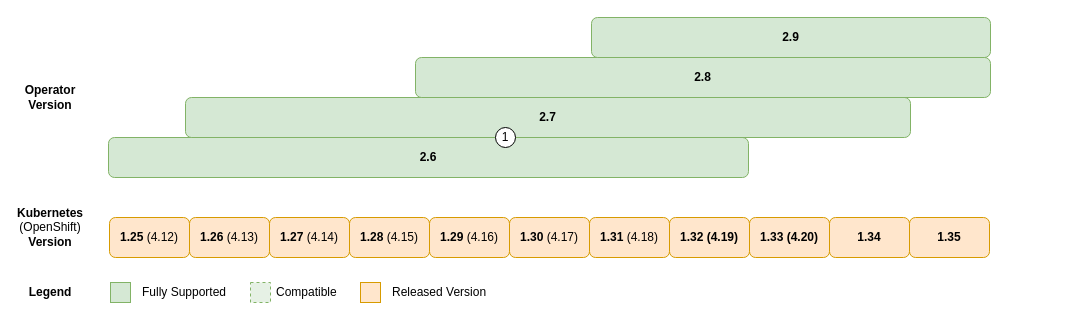
This is page "Compat Kuberentes" (1 of 3) of drawio-charts/k8s-compat.drawio from couchbase/docs-operator, a draw.io file, before an edit. Source tidied: cells renumbered, new cells numbered last; positions are measured from the earlier drawing's top-left corner, leaving out a move shared by most shapes. Both pictures are drawn from the tidied source at 100%, with x=0, y=0 at pixel (20, 17).
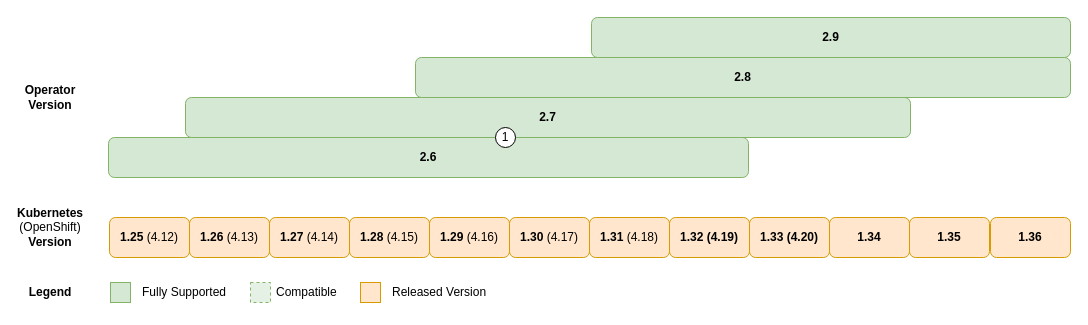
The same page after the edit.

What changed in the source:
```diff
@@
     <mxCell id="19" value="&lt;b&gt;2.8&lt;/b&gt;" style="rounded=1;whiteSpace=wrap;html=1;fillColor=#d5e8d4;strokeColor=#82b366;" parent="1" vertex="1">
-      <mxGeometry x="395" y="40" width="575" height="40" as="geometry" />
+      <mxGeometry x="395" y="40" width="655" height="40" as="geometry" />
     </mxCell>
@@
     <mxCell id="23" value="&lt;b&gt;2.9&lt;/b&gt;" style="rounded=1;whiteSpace=wrap;html=1;fillColor=#d5e8d4;strokeColor=#82b366;" parent="1" vertex="1">
-      <mxGeometry x="571" width="399" height="40" as="geometry" />
+      <mxGeometry x="571" width="479" height="40" as="geometry" />
     </mxCell>
@@
+    <mxCell id="27" value="&lt;b&gt;1.36&lt;/b&gt;" style="rounded=1;whiteSpace=wrap;html=1;fillColor=#ffe6cc;strokeColor=#d79b00;" parent="1" vertex="1">
+      <mxGeometry x="970" y="200" width="80" height="40" as="geometry" />
+    </mxCell>
```
